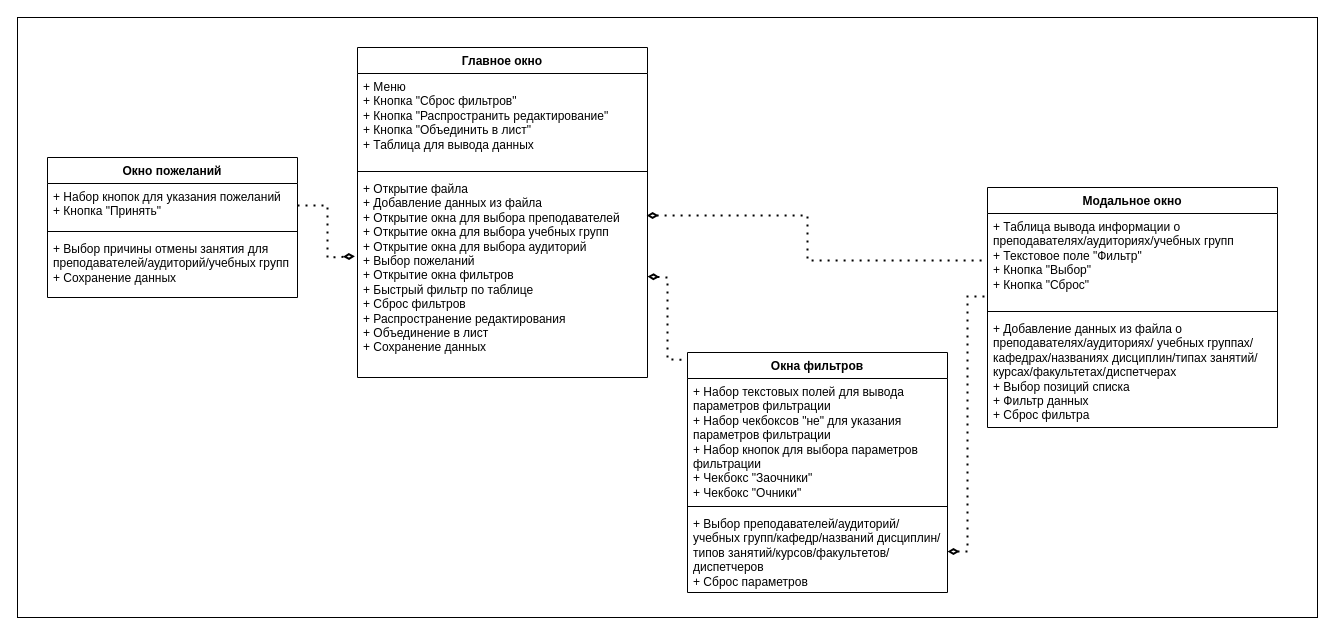
Earlier version of the draw.io diagram Документация/Схемы/Диаграмма интерфейсных классов.drawio (YuliaMikheiko/Diplom). Source tidied: cells renumbered, new cells numbered last; positions are measured from the earlier drawing's top-left corner, leaving out a move shared by most shapes. Both pictures are drawn from the tidied source at 100%, with x=0, y=0 at pixel (17, 17).
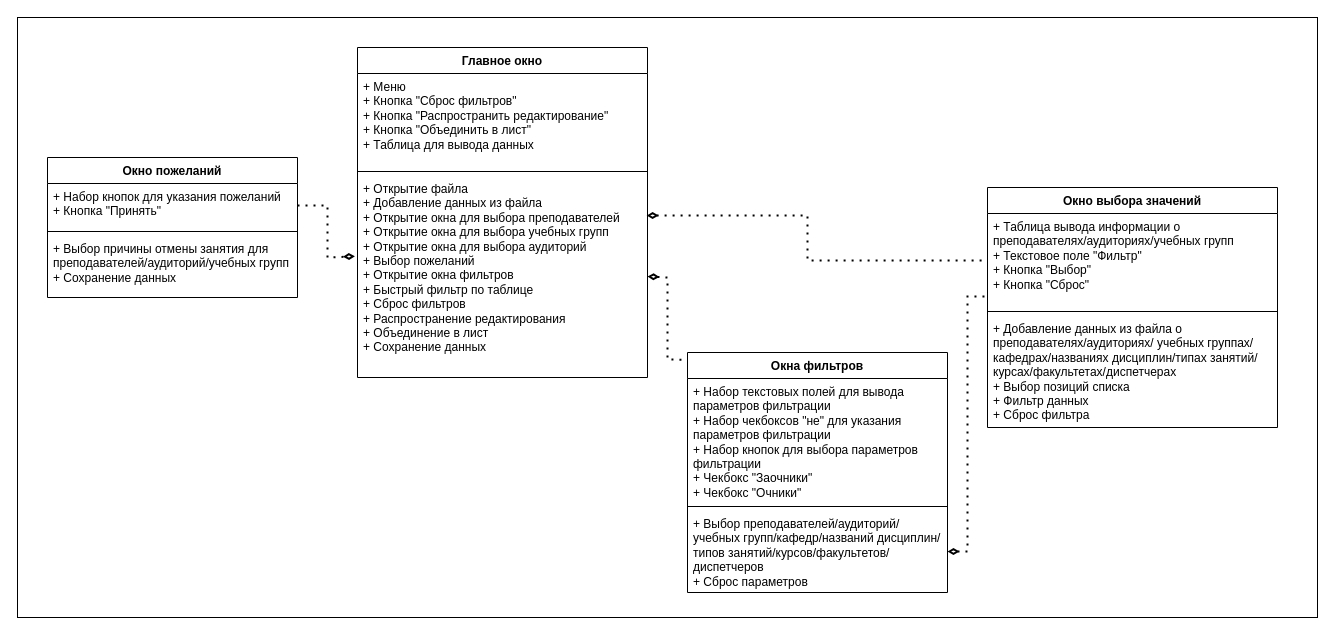
The same page after the edit.

Commit message (it also covers changes not shown here):
Словосочетание "Модальное окно" и диаграмма интерфейсных классов

The edit, as a diff of the source:
```diff
@@
-    <mxCell id="11" value="Модальное окно" style="swimlane;fontStyle=1;align=center;verticalAlign=top;horizontal=1;startSize=26;whiteSpace=wrap;html=1;" parent="1" vertex="1">
+    <mxCell id="11" value="Окно выбора значений" style="swimlane;fontStyle=1;align=center;verticalAlign=top;horizontal=1;startSize=26;whiteSpace=wrap;html=1;" parent="1" vertex="1">
       <mxGeometry x="970" y="170" width="290" height="240" as="geometry" />
     </mxCell>
```
